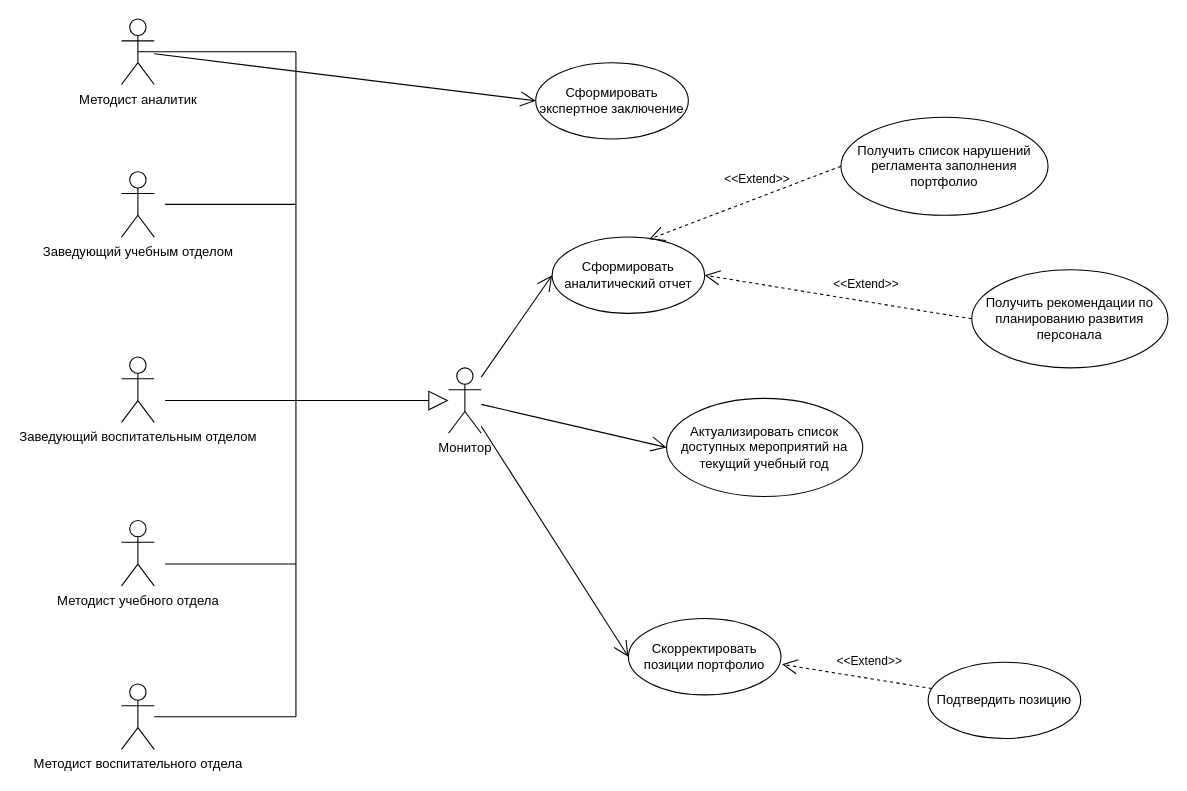
Above: Диаграмма прецедентов для монитора.drawio in Alexk80/keywords (draw.io), before the change. Source tidied: cells renumbered, new cells numbered last; positions are measured from the earlier drawing's top-left corner, leaving out a move shared by most shapes. Both pictures are drawn from the tidied source at 109%, with x=0, y=0 at pixel (121, 19).
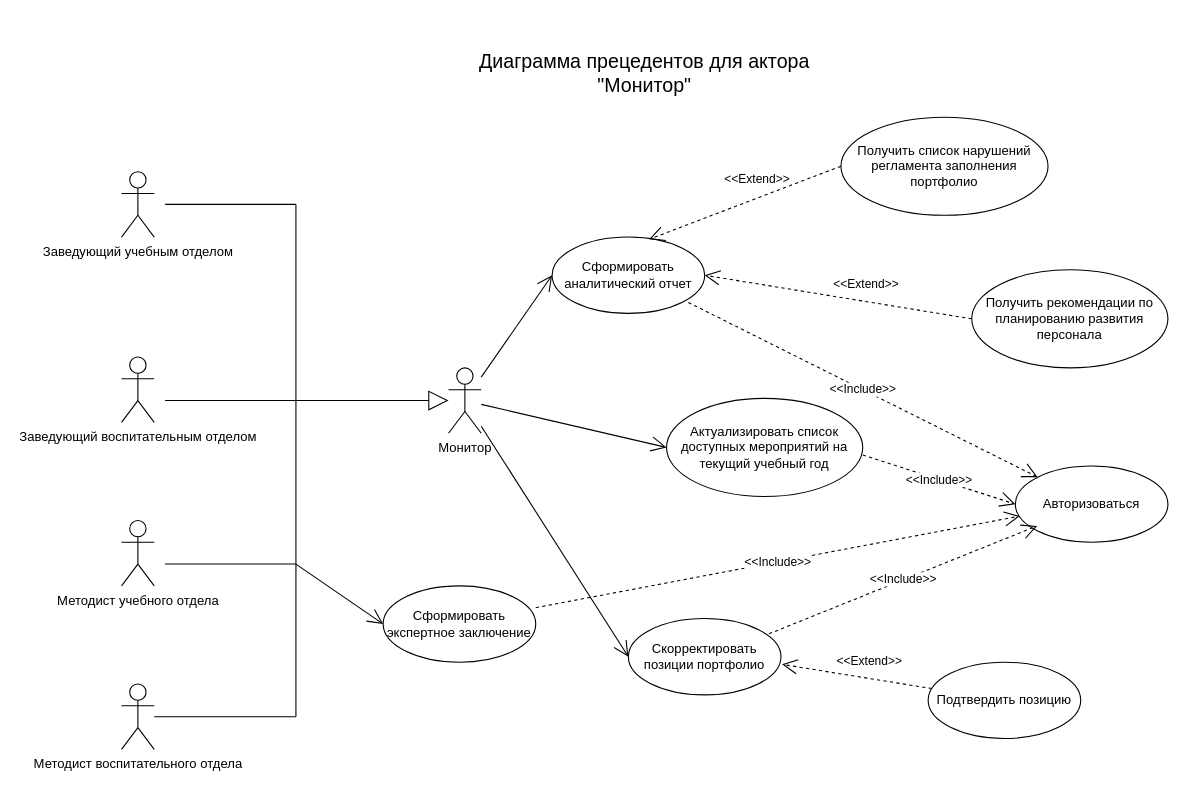
After the change.

Unchanged cells that the change refers to:
```xml
<mxCell id="18" value="Скорректировать позиции портфолио" style="ellipse;whiteSpace=wrap;html=1;" parent="1" vertex="1">
  <mxGeometry x="465" y="550" width="140" height="70" as="geometry" />
</mxCell>
<mxCell id="25" value="Актуализировать список доступных мероприятий на текущий учебный год" style="ellipse;whiteSpace=wrap;html=1;" parent="1" vertex="1">
  <mxGeometry x="500" y="348" width="180" height="90" as="geometry" />
</mxCell>
```

What changed in the source:
```diff
@@
-    <mxCell id="7" value="Методист аналитик" style="shape=umlActor;verticalLabelPosition=bottom;verticalAlign=top;html=1;outlineConnect=0;" parent="1" vertex="1">
-      <mxGeometry width="30" height="60" as="geometry" />
-    </mxCell>
     <mxCell id="8" style="endArrow=none;html=1;" parent="1" edge="1">
       <mxGeometry relative="1" as="geometry">
         <mxPoint x="160" y="640" as="sourcePoint" />
-        <mxPoint x="160" y="30" as="targetPoint" />
+        <mxPoint x="160" y="170" as="targetPoint" />
       </mxGeometry>
     </mxCell>
-    <mxCell id="9" style="endArrow=none;html=1;entryX=0.5;entryY=0.5;entryDx=0;entryDy=0;entryPerimeter=0;" parent="1" edge="1" target="7">
-      <mxGeometry relative="1" as="geometry">
-        <mxPoint x="160" y="30" as="sourcePoint" />
-      </mxGeometry>
-    </mxCell>
@@
     <mxCell id="15" value="Сформировать экспертное заключение" style="ellipse;whiteSpace=wrap;html=1;" parent="1" vertex="1">
-      <mxGeometry x="380" y="40" width="140" height="70" as="geometry" />
+      <mxGeometry x="240" y="520" width="140" height="70" as="geometry" />
     </mxCell>
@@
-    <mxCell id="20" style="endArrow=open;endFill=1;endSize=12;html=1;entryX=0;entryY=0.5;entryDx=0;entryDy=0;" parent="1" edge="1" source="7" target="15">
-      <mxGeometry relative="1" as="geometry" />
+    <mxCell id="20" style="endArrow=open;endFill=1;endSize=12;html=1;entryX=0;entryY=0.5;entryDx=0;entryDy=0;" parent="1" edge="1" target="15">
+      <mxGeometry relative="1" as="geometry">
+        <mxPoint x="160" y="500" as="sourcePoint" />
+      </mxGeometry>
     </mxCell>
@@
+    <mxCell id="29" value="&lt;font style=&quot;font-size: 18px&quot;&gt;Диаграмма прецедентов для актора &quot;Монитор&quot;&lt;/font&gt;" style="text;html=1;strokeColor=none;fillColor=none;align=center;verticalAlign=middle;whiteSpace=wrap;rounded=0;" parent="1" vertex="1">
+      <mxGeometry x="290" y="40" width="380" height="20" as="geometry" />
+    </mxCell>
+    <mxCell id="30" value="Авторизоваться" style="ellipse;whiteSpace=wrap;html=1;" parent="1" vertex="1">
+      <mxGeometry x="820" y="410" width="140" height="70" as="geometry" />
+    </mxCell>
+    <mxCell id="31" value="&amp;lt;&amp;lt;Include&amp;gt;&amp;gt;" style="endArrow=open;endSize=12;dashed=1;html=1;exitX=1;exitY=0.578;exitDx=0;exitDy=0;exitPerimeter=0;entryX=0;entryY=0.5;entryDx=0;entryDy=0;" parent="1" edge="1" source="25" target="30">
+      <mxGeometry relative="1" as="geometry" />
+    </mxCell>
+    <mxCell id="32" value="&amp;lt;&amp;lt;Include&amp;gt;&amp;gt;" style="endArrow=open;endSize=12;dashed=1;html=1;exitX=1;exitY=0.578;exitDx=0;exitDy=0;exitPerimeter=0;" parent="1" edge="1" target="30">
+      <mxGeometry relative="1" as="geometry">
+        <mxPoint x="520" y="260" as="sourcePoint" />
+      </mxGeometry>
+    </mxCell>
+    <mxCell id="33" value="&amp;lt;&amp;lt;Include&amp;gt;&amp;gt;" style="endArrow=open;endSize=12;dashed=1;html=1;exitX=0.921;exitY=0.2;exitDx=0;exitDy=0;exitPerimeter=0;entryX=0;entryY=0.5;entryDx=0;entryDy=0;" parent="1" edge="1" source="18">
+      <mxGeometry relative="1" as="geometry">
+        <mxPoint x="840" y="465" as="targetPoint" />
+      </mxGeometry>
+    </mxCell>
+    <mxCell id="34" value="&amp;lt;&amp;lt;Include&amp;gt;&amp;gt;" style="endArrow=open;endSize=12;dashed=1;html=1;exitX=1;exitY=0.286;exitDx=0;exitDy=0;exitPerimeter=0;entryX=0.029;entryY=0.657;entryDx=0;entryDy=0;entryPerimeter=0;" parent="1" edge="1" source="15" target="30">
+      <mxGeometry relative="1" as="geometry" />
+    </mxCell>
```
